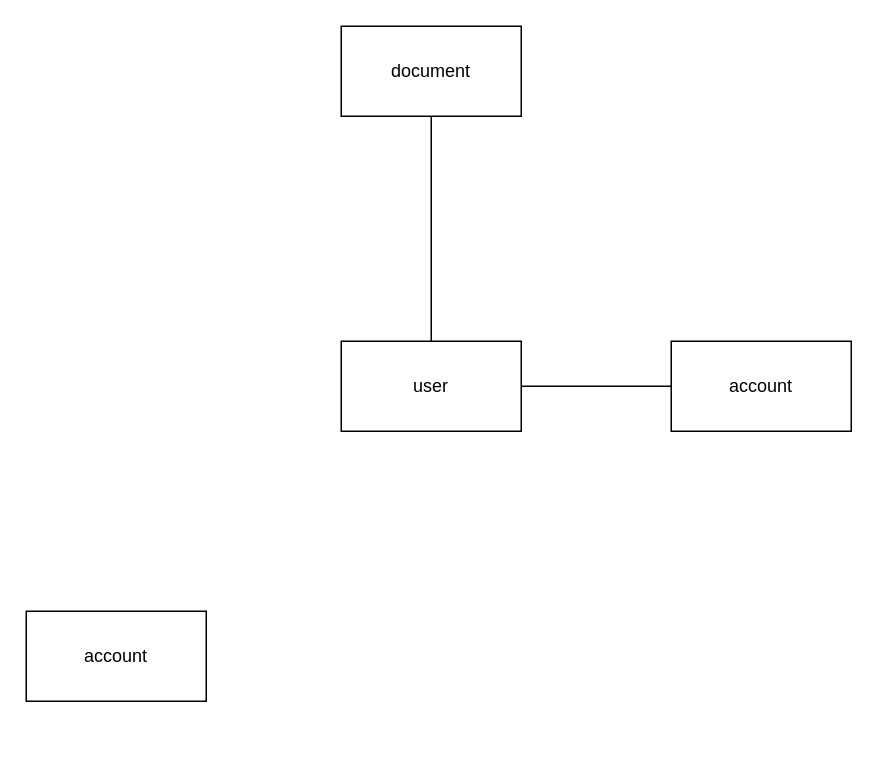
Before: Untitled Diagram.drawio in egorb17/ESPO-DB, a draw.io diagram. Source tidied: cells renumbered, new cells numbered last; positions are measured from the earlier drawing's top-left corner, leaving out a move shared by most shapes. Both pictures are drawn from the tidied source at 150%, with x=0, y=0 at pixel (26, 26).
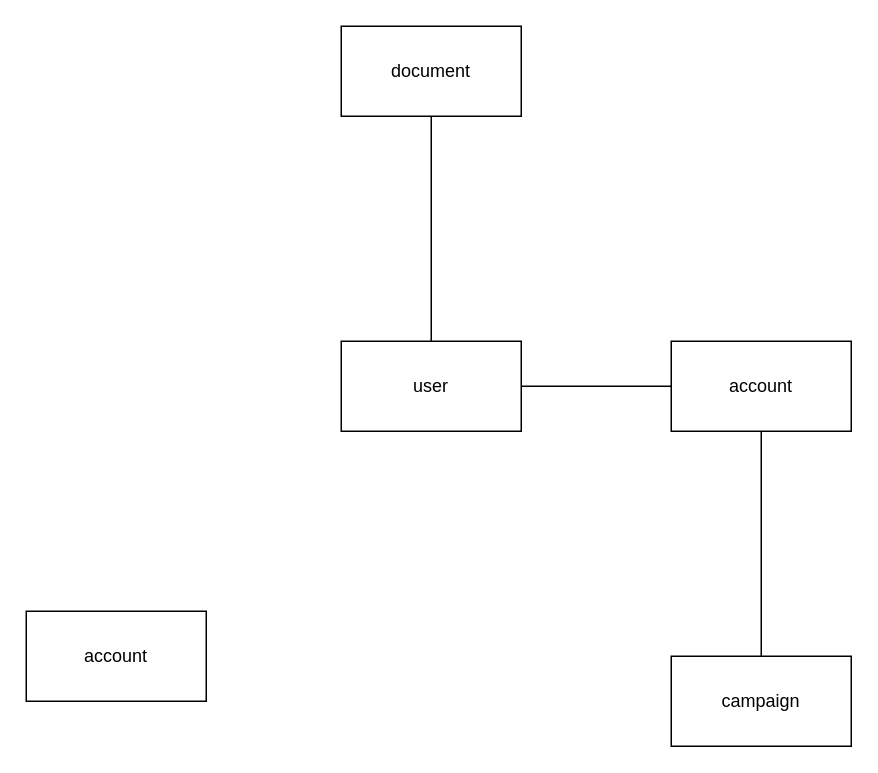
Above is the later version.

Change to the diagram source:
```diff
@@
 <mxGraphModel>
   <root>
     <mxCell id="0" />
     <mxCell id="1" parent="0" />
     <mxCell id="2" value="user" style="rounded=0;whiteSpace=wrap;html=1;" parent="1" vertex="1">
       <mxGeometry x="210" y="210" width="120" height="60" as="geometry" />
     </mxCell>
     <mxCell id="3" value="account" style="rounded=0;whiteSpace=wrap;html=1;" parent="1" vertex="1">
       <mxGeometry x="430" y="210" width="120" height="60" as="geometry" />
     </mxCell>
     <mxCell id="4" style="endArrow=none;html=1;rounded=0;entryX=0;entryY=0.5;entryDx=0;entryDy=0;exitX=1;exitY=0.5;exitDx=0;exitDy=0;" parent="1" edge="1" source="2" target="3">
       <mxGeometry relative="1" as="geometry" />
     </mxCell>
     <mxCell id="5" value="account" style="rounded=0;whiteSpace=wrap;html=1;" parent="1" vertex="1">
       <mxGeometry y="390" width="120" height="60" as="geometry" />
     </mxCell>
     <mxCell id="6" value="document" style="rounded=0;whiteSpace=wrap;html=1;" parent="1" vertex="1">
       <mxGeometry x="210" width="120" height="60" as="geometry" />
     </mxCell>
     <mxCell id="7" style="endArrow=none;html=1;rounded=0;entryX=0.5;entryY=1;entryDx=0;entryDy=0;exitX=0.5;exitY=0;exitDx=0;exitDy=0;" parent="1" edge="1" source="2" target="6">
       <mxGeometry relative="1" as="geometry" />
     </mxCell>
+    <mxCell id="8" value="campaign" style="rounded=0;whiteSpace=wrap;html=1;" parent="1" vertex="1">
+      <mxGeometry x="430" y="420" width="120" height="60" as="geometry" />
+    </mxCell>
+    <mxCell id="9" style="endArrow=none;html=1;rounded=0;entryX=0.5;entryY=1;entryDx=0;entryDy=0;exitX=0.5;exitY=0;exitDx=0;exitDy=0;" parent="1" edge="1" source="8" target="3">
+      <mxGeometry relative="1" as="geometry" />
+    </mxCell>
   </root>
 </mxGraphModel>
```
